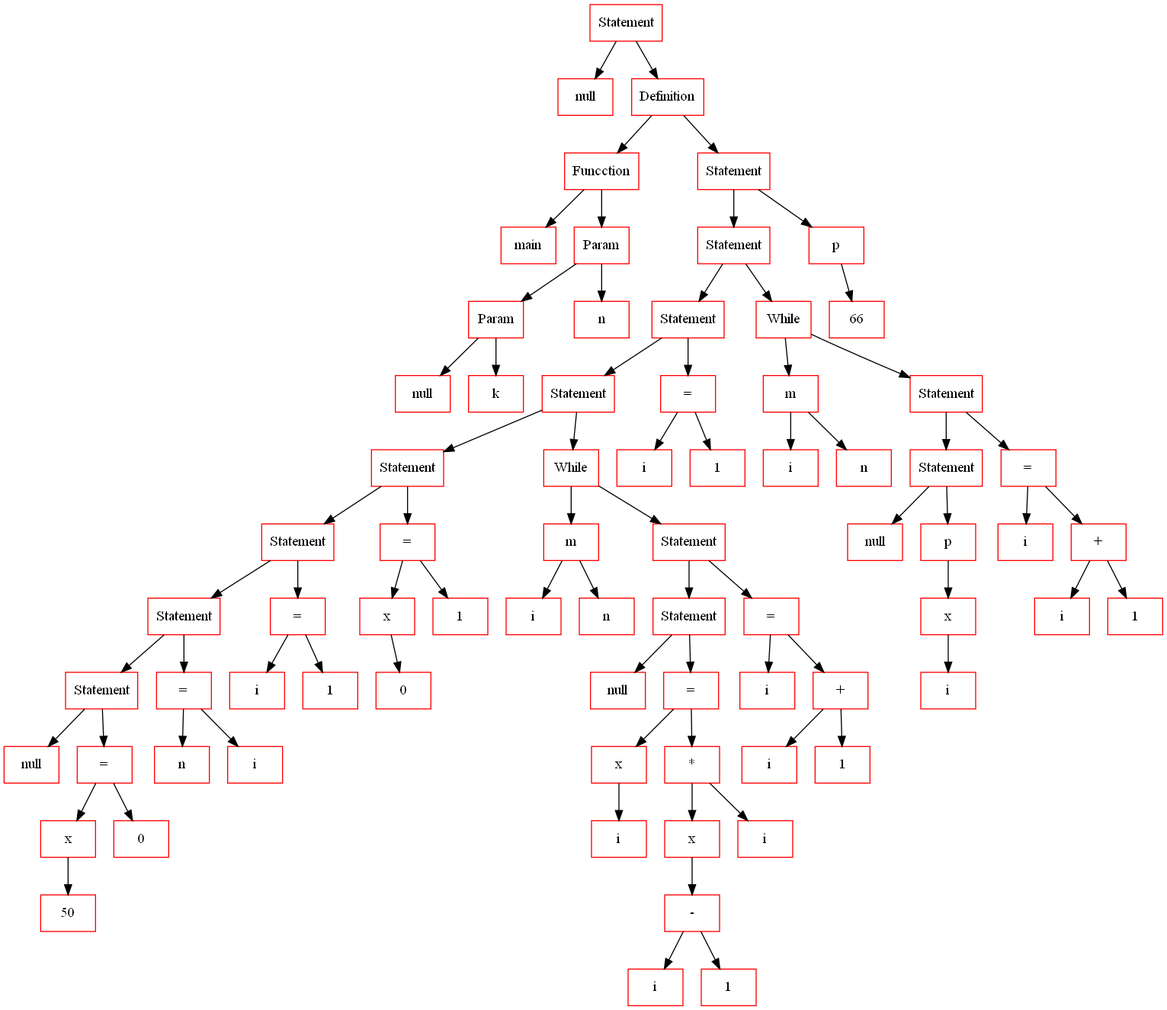
vian96/uzh_lang keeps this Graphviz diagram as lang_tree.png. Above is the earlier version. Its source is kept beside it as lang_tree.gv.
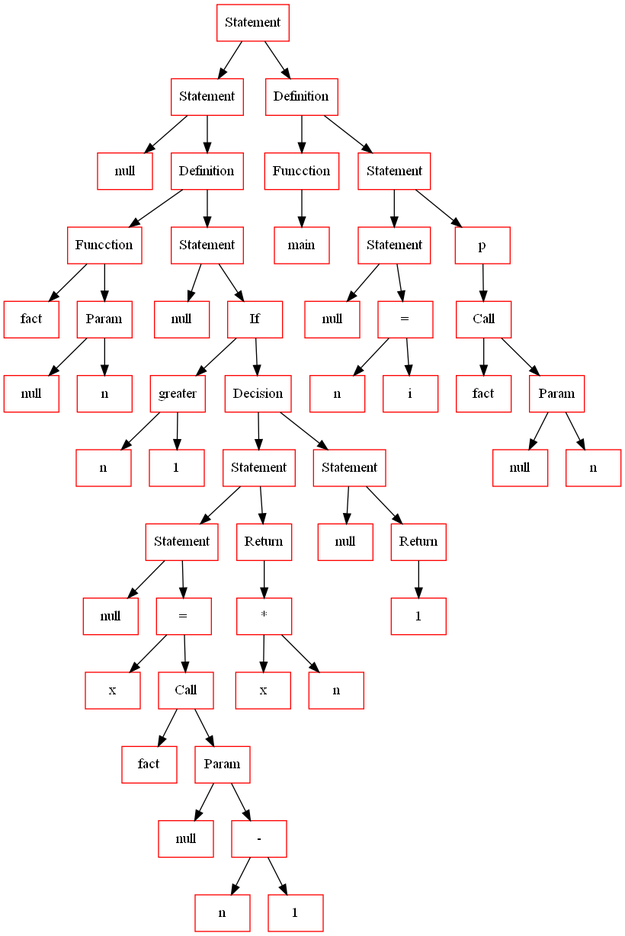
The same file after the commit.

The edit, as a diff of the source:
```diff
@@ -4,153 +4,107 @@
 
 	node[color="red",fontsize=14];
 
-	733418608[shape=record, label="Statement"];
-	733418544[shape=record, label="null"];
-	733418672[shape=record, label="Definition"];
-	733445856[shape=record, label="Funcction"];
-	733445920[shape=record, label="main"];
-	733419952[shape=record, label="Param"];
-	733419824[shape=record, label="Param"];
-	733445984[shape=record, label="null"];
-	733419888[shape=record, label="k"];
-	733420016[shape=record, label="n"];
-	732135424[shape=record, label="Statement"];
-	732134080[shape=record, label="Statement"];
-	732137536[shape=record, label="Statement"];
-	733439856[shape=record, label="Statement"];
-	733440496[shape=record, label="Statement"];
-	733441264[shape=record, label="Statement"];
-	733440048[shape=record, label="Statement"];
-	733420144[shape=record, label="Statement"];
-	733420080[shape=record, label="null"];
-	733420208[shape=record, label="="];
-	733420272[shape=record, label="x"];
-	733420336[shape=record, label="50"];
-	733420400[shape=record, label="0"];
-	733440112[shape=record, label="="];
-	733440816[shape=record, label="n"];
-	733440240[shape=record, label="i"];
-	733439536[shape=record, label="="];
-	733440304[shape=record, label="i"];
-	733441328[shape=record, label="1"];
-	733440880[shape=record, label="="];
-	733441136[shape=record, label="x"];
-	733441008[shape=record, label="0"];
-	733440944[shape=record, label="1"];
-	733439920[shape=record, label="While"];
-	733440368[shape=record, label="m"];
-	733439984[shape=record, label="i"];
-	733439600[shape=record, label="n"];
-	733439728[shape=record, label="Statement"];
-	733440176[shape=record, label="Statement"];
-	733440560[shape=record, label="null"];
-	733440432[shape=record, label="="];
-	733440624[shape=record, label="x"];
-	733439664[shape=record, label="i"];
-	733441200[shape=record, label="*"];
-	733440688[shape=record, label="x"];
-	733441072[shape=record, label="-"];
-	733440752[shape=record, label="i"];
-	733439792[shape=record, label="1"];
-	733441392[shape=record, label="i"];
-	732134208[shape=record, label="="];
-	732134528[shape=record, label="i"];
-	732136192[shape=record, label="+"];
-	732136960[shape=record, label="i"];
-	732135360[shape=record, label="1"];
-	732136064[shape=record, label="="];
-	732135104[shape=record, label="i"];
-	732135488[shape=record, label="1"];
-	732136512[shape=record, label="While"];
-	732134336[shape=record, label="m"];
-	732136704[shape=record, label="i"];
-	732137600[shape=record, label="n"];
-	732137728[shape=record, label="Statement"];
-	732136128[shape=record, label="Statement"];
-	732135168[shape=record, label="null"];
-	732134400[shape=record, label="p"];
-	732136000[shape=record, label="x"];
-	732135232[shape=record, label="i"];
-	732136640[shape=record, label="="];
-	732137216[shape=record, label="i"];
-	732135936[shape=record, label="+"];
-	732137664[shape=record, label="i"];
-	732135296[shape=record, label="1"];
-	732135680[shape=record, label="p"];
-	732135808[shape=record, label="66"];
+	695147520[shape=record, label="Statement"];
+	695172880[shape=record, label="Statement"];
+	695172816[shape=record, label="null"];
+	695172944[shape=record, label="Definition"];
+	695173008[shape=record, label="Funcction"];
+	695145520[shape=record, label="fact"];
+	695145648[shape=record, label="Param"];
+	695145584[shape=record, label="null"];
+	695145712[shape=record, label="n"];
+	695145840[shape=record, label="Statement"];
+	695145776[shape=record, label="null"];
+	695145904[shape=record, label="If"];
+	695146032[shape=record, label="greater"];
+	695145968[shape=record, label="n"];
+	695146096[shape=record, label="1"];
+	695146160[shape=record, label="Decision"];
+	695148160[shape=record, label="Statement"];
+	695148096[shape=record, label="Statement"];
+	695146224[shape=record, label="null"];
+	695146944[shape=record, label="="];
+	695147392[shape=record, label="x"];
+	695147456[shape=record, label="Call"];
+	695146880[shape=record, label="fact"];
+	695147776[shape=record, label="Param"];
+	695147136[shape=record, label="null"];
+	695147008[shape=record, label="-"];
+	695147904[shape=record, label="n"];
+	695147840[shape=record, label="1"];
+	695148224[shape=record, label="Return"];
+	695147584[shape=record, label="*"];
+	695147072[shape=record, label="x"];
+	695147968[shape=record, label="n"];
+	695148032[shape=record, label="Statement"];
+	695148288[shape=record, label="null"];
+	695146432[shape=record, label="Return"];
+	695147328[shape=record, label="1"];
+	695146496[shape=record, label="Definition"];
+	695146560[shape=record, label="Funcction"];
+	695146752[shape=record, label="main"];
+	695147648[shape=record, label="Statement"];
+	695146816[shape=record, label="Statement"];
+	695147200[shape=record, label="null"];
+	695147264[shape=record, label="="];
+	695146624[shape=record, label="n"];
+	695146688[shape=record, label="i"];
+	695147712[shape=record, label="p"];
+	695236960[shape=record, label="Call"];
+	695238624[shape=record, label="fact"];
+	695235168[shape=record, label="Param"];
+	695237152[shape=record, label="null"];
+	695237792[shape=record, label="n"];
 
-	733418608 -> 733418544[fontsize=12]
-	733418608 -> 733418672[fontsize=12]
-	733418672 -> 733445856[fontsize=12]
-	733418672 -> 732135424[fontsize=12]
-	733445856 -> 733445920[fontsize=12]
-	733445856 -> 733419952[fontsize=12]
-	733419952 -> 733419824[fontsize=12]
-	733419952 -> 733420016[fontsize=12]
-	733419824 -> 733445984[fontsize=12]
-	733419824 -> 733419888[fontsize=12]
-	732135424 -> 732134080[fontsize=12]
-	732135424 -> 732135680[fontsize=12]
-	732134080 -> 732137536[fontsize=12]
-	732134080 -> 732136512[fontsize=12]
-	732137536 -> 733439856[fontsize=12]
-	732137536 -> 732136064[fontsize=12]
-	733439856 -> 733440496[fontsize=12]
-	733439856 -> 733439920[fontsize=12]
-	733440496 -> 733441264[fontsize=12]
-	733440496 -> 733440880[fontsize=12]
-	733441264 -> 733440048[fontsize=12]
-	733441264 -> 733439536[fontsize=12]
-	733440048 -> 733420144[fontsize=12]
-	733440048 -> 733440112[fontsize=12]
-	733420144 -> 733420080[fontsize=12]
-	733420144 -> 733420208[fontsize=12]
-	733420208 -> 733420272[fontsize=12]
-	733420208 -> 733420400[fontsize=12]
-	733420272 -> 733420336[fontsize=12]
-	733440112 -> 733440816[fontsize=12]
-	733440112 -> 733440240[fontsize=12]
-	733439536 -> 733440304[fontsize=12]
-	733439536 -> 733441328[fontsize=12]
-	733440880 -> 733441136[fontsize=12]
-	733440880 -> 733440944[fontsize=12]
-	733441136 -> 733441008[fontsize=12]
-	733439920 -> 733440368[fontsize=12]
-	733439920 -> 733439728[fontsize=12]
-	733440368 -> 733439984[fontsize=12]
-	733440368 -> 733439600[fontsize=12]
-	733439728 -> 733440176[fontsize=12]
-	733439728 -> 732134208[fontsize=12]
-	733440176 -> 733440560[fontsize=12]
-	733440176 -> 733440432[fontsize=12]
-	733440432 -> 733440624[fontsize=12]
-	733440432 -> 733441200[fontsize=12]
-	733440624 -> 733439664[fontsize=12]
-	733441200 -> 733440688[fontsize=12]
-	733441200 -> 733441392[fontsize=12]
-	733440688 -> 733441072[fontsize=12]
-	733441072 -> 733440752[fontsize=12]
-	733441072 -> 733439792[fontsize=12]
-	732134208 -> 732134528[fontsize=12]
-	732134208 -> 732136192[fontsize=12]
-	732136192 -> 732136960[fontsize=12]
-	732136192 -> 732135360[fontsize=12]
-	732136064 -> 732135104[fontsize=12]
-	732136064 -> 732135488[fontsize=12]
-	732136512 -> 732134336[fontsize=12]
-	732136512 -> 732137728[fontsize=12]
-	732134336 -> 732136704[fontsize=12]
-	732134336 -> 732137600[fontsize=12]
-	732137728 -> 732136128[fontsize=12]
-	732137728 -> 732136640[fontsize=12]
-	732136128 -> 732135168[fontsize=12]
-	732136128 -> 732134400[fontsize=12]
-	732134400 -> 732136000[fontsize=12]
-	732136000 -> 732135232[fontsize=12]
-	732136640 -> 732137216[fontsize=12]
-	732136640 -> 732135936[fontsize=12]
-	732135936 -> 732137664[fontsize=12]
-	732135936 -> 732135296[fontsize=12]
-	732135680 -> 732135808[fontsize=12]
+	695147520 -> 695172880[fontsize=12]
+	695147520 -> 695146496[fontsize=12]
+	695172880 -> 695172816[fontsize=12]
+	695172880 -> 695172944[fontsize=12]
+	695172944 -> 695173008[fontsize=12]
+	695172944 -> 695145840[fontsize=12]
+	695173008 -> 695145520[fontsize=12]
+	695173008 -> 695145648[fontsize=12]
+	695145648 -> 695145584[fontsize=12]
+	695145648 -> 695145712[fontsize=12]
+	695145840 -> 695145776[fontsize=12]
+	695145840 -> 695145904[fontsize=12]
+	695145904 -> 695146032[fontsize=12]
+	695145904 -> 695146160[fontsize=12]
+	695146032 -> 695145968[fontsize=12]
+	695146032 -> 695146096[fontsize=12]
+	695146160 -> 695148160[fontsize=12]
+	695146160 -> 695148032[fontsize=12]
+	695148160 -> 695148096[fontsize=12]
+	695148160 -> 695148224[fontsize=12]
+	695148096 -> 695146224[fontsize=12]
+	695148096 -> 695146944[fontsize=12]
+	695146944 -> 695147392[fontsize=12]
+	695146944 -> 695147456[fontsize=12]
+	695147456 -> 695146880[fontsize=12]
+	695147456 -> 695147776[fontsize=12]
+	695147776 -> 695147136[fontsize=12]
+	695147776 -> 695147008[fontsize=12]
+	695147008 -> 695147904[fontsize=12]
+	695147008 -> 695147840[fontsize=12]
+	695148224 -> 695147584[fontsize=12]
+	695147584 -> 695147072[fontsize=12]
+	695147584 -> 695147968[fontsize=12]
+	695148032 -> 695148288[fontsize=12]
+	695148032 -> 695146432[fontsize=12]
+	695146432 -> 695147328[fontsize=12]
+	695146496 -> 695146560[fontsize=12]
+	695146496 -> 695147648[fontsize=12]
+	695146560 -> 695146752[fontsize=12]
+	695147648 -> 695146816[fontsize=12]
+	695147648 -> 695147712[fontsize=12]
+	695146816 -> 695147200[fontsize=12]
+	695146816 -> 695147264[fontsize=12]
+	695147264 -> 695146624[fontsize=12]
+	695147264 -> 695146688[fontsize=12]
+	695147712 -> 695236960[fontsize=12]
+	695236960 -> 695238624[fontsize=12]
+	695236960 -> 695235168[fontsize=12]
+	695235168 -> 695237152[fontsize=12]
+	695235168 -> 695237792[fontsize=12]
 
 }
```
